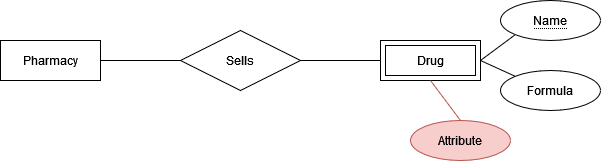
Before: Assignments/HW 1/1b.png, a diagram exported from draw.io (zfechko/Comp-Sci-451). Source tidied: cells renumbered, new cells last; positions are measured from the earlier drawing's top-left corner, leaving out a move shared by most shapes.
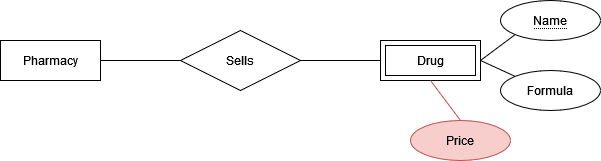
Later version of the same file.

Diff of the diagram source:
```diff
@@ -17,7 +17,7 @@
     <mxCell id="6" value="Formula" style="ellipse;whiteSpace=wrap;html=1;align=center;" parent="1" vertex="1">
       <mxGeometry x="500" y="70" width="100" height="40" as="geometry" />
     </mxCell>
-    <mxCell id="7" value="Attribute" style="ellipse;whiteSpace=wrap;html=1;align=center;fillColor=#f8cecc;strokeColor=#b85450;" parent="1" vertex="1">
+    <mxCell id="7" value="Price" style="ellipse;whiteSpace=wrap;html=1;align=center;fillColor=#f8cecc;strokeColor=#b85450;" parent="1" vertex="1">
       <mxGeometry x="410" y="120" width="100" height="40" as="geometry" />
     </mxCell>
     <mxCell id="8" style="endArrow=none;html=1;rounded=0;entryX=0.5;entryY=1;entryDx=0;entryDy=0;exitX=0.5;exitY=0;exitDx=0;exitDy=0;fillColor=#f8cecc;strokeColor=#b85450;" parent="1" edge="1" source="7" target="4">
```
